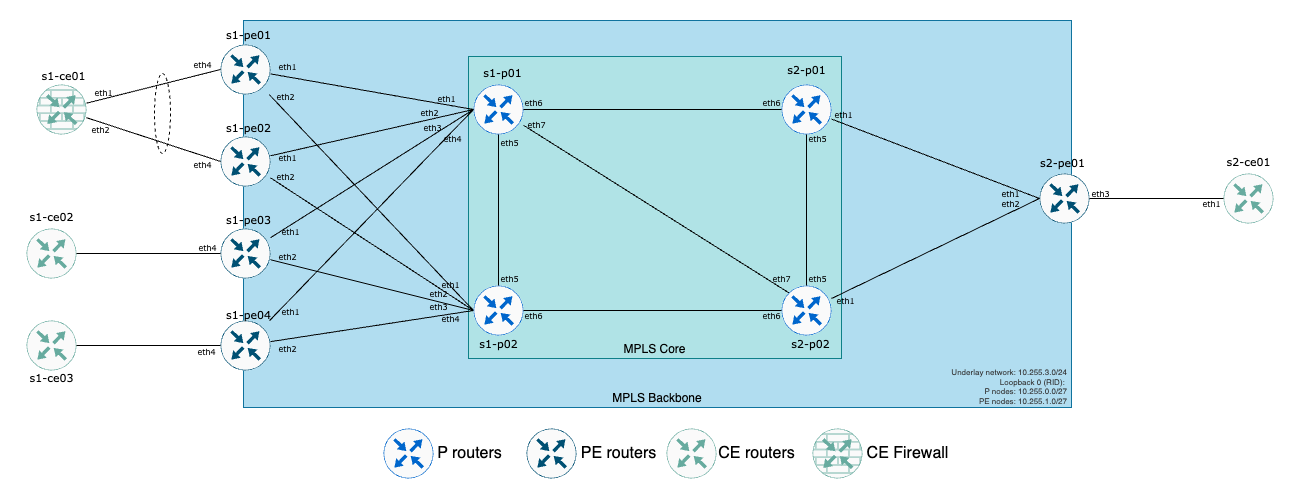
This is lab-topology.drawio.png from titom73/arista-eos-mpls-sr-evpn, a draw.io export, as it was before one commit. Source tidied: cells renumbered, new cells last; positions are measured from the earlier drawing's top-left corner, leaving out a move shared by most shapes.
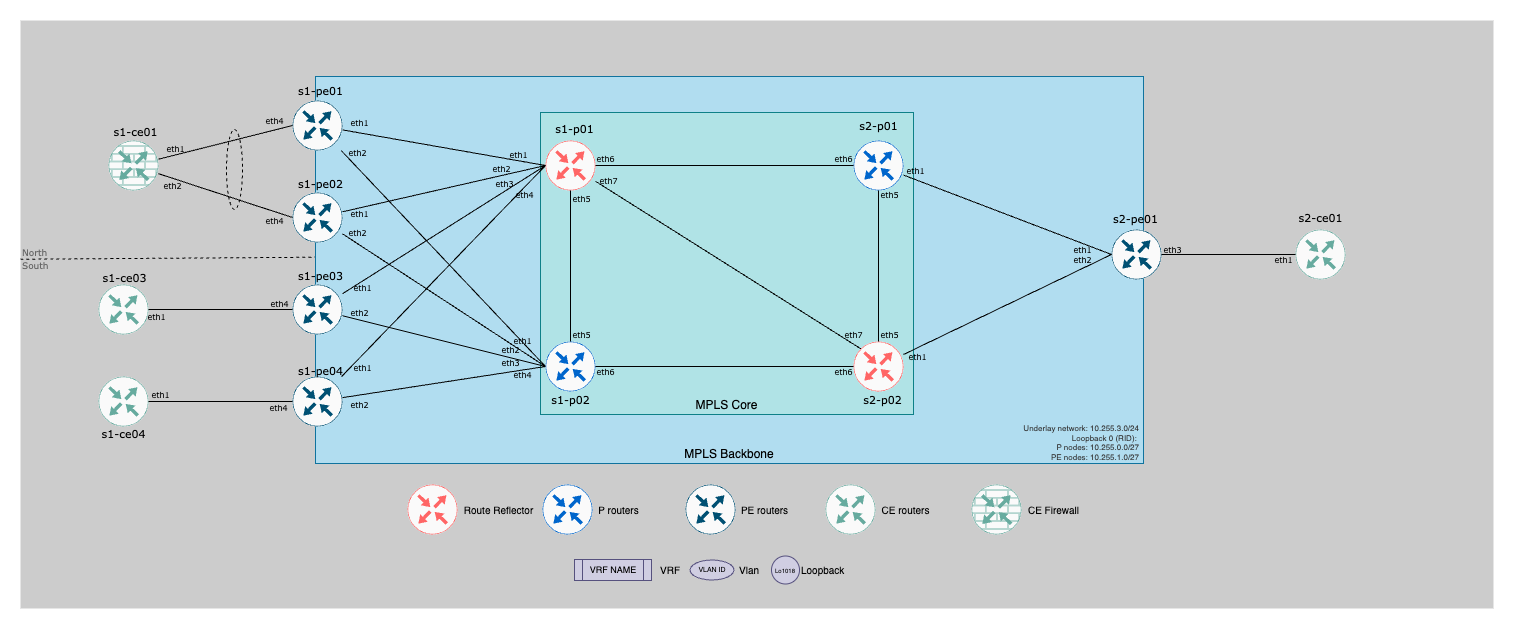
After the commit.

What changed in the source:
```diff
@@ -1,6 +1,19 @@
 <mxGraphModel>
   <root>
     <mxCell id="0" />
+    <mxCell id="101" value="Background Image" parent="0" />
+    <mxCell id="102" style="rounded=0;whiteSpace=wrap;html=1;fillColor=#CCCCCC;fontColor=#333333;strokeColor=#E6E6E6;" parent="101" vertex="1">
+      <mxGeometry x="-72" y="-56" width="1473" height="588" as="geometry" />
+    </mxCell>
+    <mxCell id="103" style="endArrow=none;dashed=1;html=1;rounded=0;fontSize=12;startSize=8;endSize=8;curved=1;entryX=0;entryY=0.467;entryDx=0;entryDy=0;entryPerimeter=0;exitX=0;exitY=0.406;exitDx=0;exitDy=0;exitPerimeter=0;" parent="101" edge="1" source="102" target="2">
+      <mxGeometry relative="1" as="geometry" />
+    </mxCell>
+    <mxCell id="104" value="s1-ce03" style="text;html=1;align=center;verticalAlign=middle;strokeColor=none;fillColor=none;fontSize=11;fontFamily=Verdana;" parent="101" vertex="1">
+      <mxGeometry x="1" y="188" width="62" height="25" as="geometry" />
+    </mxCell>
+    <mxCell id="105" value="South" style="text;html=1;align=left;verticalAlign=middle;strokeColor=none;fillColor=none;fontSize=9;fontFamily=Verdana;fontColor=#666666;" parent="101" vertex="1">
+      <mxGeometry x="-72" y="178" width="45" height="23" as="geometry" />
+    </mxCell>
     <mxCell id="1" parent="0" />
     <mxCell id="2" value="MPLS Backbone" style="rounded=0;whiteSpace=wrap;html=1;fillColor=#b1ddf0;strokeColor=#10739e;verticalAlign=bottom;" parent="1" vertex="1">
       <mxGeometry x="223" width="828" height="387" as="geometry" />
@@ -8,30 +21,48 @@
     <mxCell id="3" value="MPLS Core" style="rounded=0;whiteSpace=wrap;html=1;fillColor=#b0e3e6;strokeColor=#0e8088;verticalAlign=bottom;" parent="1" vertex="1">
       <mxGeometry x="448" y="36" width="373" height="302" as="geometry" />
     </mxCell>
-    <mxCell id="4" style="sketch=0;verticalLabelPosition=bottom;html=1;verticalAlign=top;align=center;shape=mxgraph.cisco19.rect;prIcon=router;fillColor=#FAFAFA;strokeColor=#0066CC;" parent="1" vertex="1">
-      <mxGeometry x="363" y="408" width="50" height="50" as="geometry" />
+    <mxCell id="4" style="sketch=0;verticalLabelPosition=bottom;html=1;verticalAlign=top;align=center;shape=mxgraph.cisco19.rect;prIcon=router;fillColor=#FAFAFA;strokeColor=#0066CC;fontSize=8;" parent="1" vertex="1">
+      <mxGeometry x="450" y="408" width="50" height="50" as="geometry" />
     </mxCell>
-    <mxCell id="5" value="P routers" style="text;html=1;align=center;verticalAlign=middle;strokeColor=none;fillColor=none;fontSize=16;" parent="1" vertex="1">
-      <mxGeometry x="407" y="417.5" width="83" height="31" as="geometry" />
+    <mxCell id="5" value="P routers" style="text;html=1;align=center;verticalAlign=middle;strokeColor=none;fillColor=none;fontSize=10;" parent="1" vertex="1">
+      <mxGeometry x="497" y="421" width="58" height="24" as="geometry" />
     </mxCell>
-    <mxCell id="6" style="sketch=0;verticalLabelPosition=bottom;html=1;verticalAlign=top;align=center;shape=mxgraph.cisco19.rect;prIcon=router;fillColor=#FAFAFA;strokeColor=#005073;" parent="1" vertex="1">
-      <mxGeometry x="506" y="408" width="50" height="50" as="geometry" />
+    <mxCell id="6" style="sketch=0;verticalLabelPosition=bottom;html=1;verticalAlign=top;align=center;shape=mxgraph.cisco19.rect;prIcon=router;fillColor=#FAFAFA;strokeColor=#005073;fontSize=8;" parent="1" vertex="1">
+      <mxGeometry x="593" y="408" width="50" height="50" as="geometry" />
     </mxCell>
-    <mxCell id="7" value="PE routers" style="text;html=1;align=center;verticalAlign=middle;strokeColor=none;fillColor=none;fontSize=16;" parent="1" vertex="1">
-      <mxGeometry x="550.5" y="417.5" width="94" height="31" as="geometry" />
+    <mxCell id="7" value="PE routers" style="text;html=1;align=center;verticalAlign=middle;strokeColor=none;fillColor=none;fontSize=10;" parent="1" vertex="1">
+      <mxGeometry x="639.5" y="421" width="65" height="24" as="geometry" />
     </mxCell>
-    <mxCell id="8" style="sketch=0;verticalLabelPosition=bottom;html=1;verticalAlign=top;align=center;shape=mxgraph.cisco19.rect;prIcon=router;fillColor=#FAFAFA;strokeColor=#67AB9F;" parent="1" vertex="1">
-      <mxGeometry x="646" y="408" width="50" height="50" as="geometry" />
+    <mxCell id="8" style="sketch=0;verticalLabelPosition=bottom;html=1;verticalAlign=top;align=center;shape=mxgraph.cisco19.rect;prIcon=router;fillColor=#FAFAFA;strokeColor=#67AB9F;fontSize=8;" parent="1" vertex="1">
+      <mxGeometry x="733" y="408" width="50" height="50" as="geometry" />
     </mxCell>
-    <mxCell id="9" value="CE routers" style="text;html=1;align=center;verticalAlign=middle;strokeColor=none;fillColor=none;fontSize=16;" parent="1" vertex="1">
-      <mxGeometry x="689" y="417.5" width="94" height="31" as="geometry" />
+    <mxCell id="9" value="CE routers" style="text;html=1;align=center;verticalAlign=middle;strokeColor=none;fillColor=none;fontSize=10;" parent="1" vertex="1">
+      <mxGeometry x="780" y="421" width="66" height="24" as="geometry" />
     </mxCell>
-    <mxCell id="10" style="sketch=0;verticalLabelPosition=bottom;html=1;verticalAlign=top;align=center;shape=mxgraph.cisco19.rect;prIcon=router_with_firewall;fillColor=#FAFAFA;strokeColor=#67AB9F;" parent="1" vertex="1">
-      <mxGeometry x="792" y="408" width="50" height="50" as="geometry" />
+    <mxCell id="10" style="sketch=0;verticalLabelPosition=bottom;html=1;verticalAlign=top;align=center;shape=mxgraph.cisco19.rect;prIcon=router_with_firewall;fillColor=#FAFAFA;strokeColor=#67AB9F;fontSize=8;" parent="1" vertex="1">
+      <mxGeometry x="879" y="408" width="50" height="50" as="geometry" />
     </mxCell>
-    <mxCell id="11" value="CE Firewall" style="text;html=1;align=center;verticalAlign=middle;strokeColor=none;fillColor=none;fontSize=16;" parent="1" vertex="1">
-      <mxGeometry x="837" y="417.5" width="100" height="31" as="geometry" />
+    <mxCell id="11" value="CE Firewall" style="text;html=1;align=center;verticalAlign=middle;strokeColor=none;fillColor=none;fontSize=10;" parent="1" vertex="1">
+      <mxGeometry x="926" y="421" width="69" height="24" as="geometry" />
     </mxCell>
+    <mxCell id="106" value="VRF NAME" style="shape=process;whiteSpace=wrap;html=1;backgroundOutline=1;fillColor=#d0cee2;strokeColor=#56517e;fontSize=9;" parent="1" vertex="1">
+      <mxGeometry x="482" y="483" width="77" height="21" as="geometry" />
+    </mxCell>
+    <mxCell id="107" value="VRF" style="text;html=1;align=left;verticalAlign=middle;strokeColor=none;fillColor=none;fontSize=10;" parent="1" vertex="1">
+      <mxGeometry x="566" y="481.5" width="38" height="24" as="geometry" />
+    </mxCell>
+    <mxCell id="108" value="VLAN ID" style="ellipse;whiteSpace=wrap;html=1;fontSize=7;fillColor=#d0cee2;strokeColor=#56517e;" parent="1" vertex="1">
+      <mxGeometry x="597.5" y="483.5" width="44" height="20" as="geometry" />
+    </mxCell>
+    <mxCell id="109" value="Vlan" style="text;html=1;align=left;verticalAlign=middle;strokeColor=none;fillColor=none;fontSize=10;" parent="1" vertex="1">
+      <mxGeometry x="645" y="481.5" width="38" height="24" as="geometry" />
+    </mxCell>
+    <mxCell id="110" value="Lo1018" style="ellipse;whiteSpace=wrap;html=1;fillColor=#d0cee2;strokeColor=#56517e;fontSize=6;" parent="1" vertex="1">
+      <mxGeometry x="679" y="479.5" width="28" height="28" as="geometry" />
+    </mxCell>
+    <mxCell id="111" value="Loopback" style="text;html=1;align=left;verticalAlign=middle;strokeColor=none;fillColor=none;fontSize=10;" parent="1" vertex="1">
+      <mxGeometry x="707" y="481.5" width="61" height="24" as="geometry" />
+    </mxCell>
     <mxCell id="12" value="Topology" parent="0" />
     <mxCell id="13" style="sketch=0;points=[[0.5,0,0],[1,0.5,0],[0.5,1,0],[0,0.5,0],[0.145,0.145,0],[0.8555,0.145,0],[0.855,0.8555,0],[0.145,0.855,0]];verticalLabelPosition=bottom;html=1;verticalAlign=top;align=center;shape=mxgraph.cisco19.rect;prIcon=router;fillColor=#FAFAFA;strokeColor=#005073;" parent="12" vertex="1">
       <mxGeometry x="200" y="24" width="50" height="50" as="geometry" />
@@ -45,7 +76,7 @@
     <mxCell id="16" style="sketch=0;points=[[0.5,0,0],[1,0.5,0],[0.5,1,0],[0,0.5,0],[0.145,0.145,0],[0.8555,0.145,0],[0.855,0.8555,0],[0.145,0.855,0]];verticalLabelPosition=bottom;html=1;verticalAlign=top;align=center;shape=mxgraph.cisco19.rect;prIcon=router;fillColor=#FAFAFA;strokeColor=#005073;" parent="12" vertex="1">
       <mxGeometry x="200" y="300" width="50" height="50" as="geometry" />
     </mxCell>
-    <mxCell id="17" style="sketch=0;points=[[0.5,0,0],[1,0.5,0],[0.5,1,0],[0,0.5,0],[0.145,0.145,0],[0.8555,0.145,0],[0.855,0.8555,0],[0.145,0.855,0]];verticalLabelPosition=bottom;html=1;verticalAlign=top;align=center;shape=mxgraph.cisco19.rect;prIcon=router;fillColor=#FAFAFA;strokeColor=#0066CC;" parent="12" vertex="1">
+    <mxCell id="17" style="sketch=0;points=[[0.5,0,0],[1,0.5,0],[0.5,1,0],[0,0.5,0],[0.145,0.145,0],[0.8555,0.145,0],[0.855,0.8555,0],[0.145,0.855,0]];verticalLabelPosition=bottom;html=1;verticalAlign=top;align=center;shape=mxgraph.cisco19.rect;prIcon=router;fillColor=#FAFAFA;strokeColor=#FF6666;" parent="12" vertex="1">
       <mxGeometry x="453" y="64" width="50" height="50" as="geometry" />
     </mxCell>
     <mxCell id="18" style="sketch=0;points=[[0.5,0,0],[1,0.5,0],[0.5,1,0],[0,0.5,0],[0.145,0.145,0],[0.8555,0.145,0],[0.855,0.8555,0],[0.145,0.855,0]];verticalLabelPosition=bottom;html=1;verticalAlign=top;align=center;shape=mxgraph.cisco19.rect;prIcon=router;fillColor=#FAFAFA;strokeColor=#0066CC;" parent="12" vertex="1">
@@ -54,7 +85,7 @@
     <mxCell id="19" style="sketch=0;points=[[0.5,0,0],[1,0.5,0],[0.5,1,0],[0,0.5,0],[0.145,0.145,0],[0.8555,0.145,0],[0.855,0.8555,0],[0.145,0.855,0]];verticalLabelPosition=bottom;html=1;verticalAlign=top;align=center;shape=mxgraph.cisco19.rect;prIcon=router;fillColor=#FAFAFA;strokeColor=#0066CC;" parent="12" vertex="1">
       <mxGeometry x="761" y="64" width="50" height="50" as="geometry" />
     </mxCell>
-    <mxCell id="20" style="sketch=0;points=[[0.5,0,0],[1,0.5,0],[0.5,1,0],[0,0.5,0],[0.145,0.145,0],[0.8555,0.145,0],[0.855,0.8555,0],[0.145,0.855,0]];verticalLabelPosition=bottom;html=1;verticalAlign=top;align=center;shape=mxgraph.cisco19.rect;prIcon=router;fillColor=#FAFAFA;strokeColor=#0066CC;" parent="12" vertex="1">
+    <mxCell id="20" style="sketch=0;points=[[0.5,0,0],[1,0.5,0],[0.5,1,0],[0,0.5,0],[0.145,0.145,0],[0.8555,0.145,0],[0.855,0.8555,0],[0.145,0.855,0]];verticalLabelPosition=bottom;html=1;verticalAlign=top;align=center;shape=mxgraph.cisco19.rect;prIcon=router;fillColor=#FAFAFA;strokeColor=#FF6666;" parent="12" vertex="1">
       <mxGeometry x="761" y="265" width="50" height="50" as="geometry" />
     </mxCell>
     <mxCell id="21" style="sketch=0;points=[[0.5,0,0],[1,0.5,0],[0.5,1,0],[0,0.5,0],[0.145,0.145,0],[0.8555,0.145,0],[0.855,0.8555,0],[0.145,0.855,0]];verticalLabelPosition=bottom;html=1;verticalAlign=top;align=center;shape=mxgraph.cisco19.rect;prIcon=router;fillColor=#FAFAFA;strokeColor=#005073;" parent="12" vertex="1">
@@ -129,7 +160,7 @@
     <mxCell id="44" style="sketch=0;points=[[0.5,0,0],[1,0.5,0],[0.5,1,0],[0,0.5,0],[0.145,0.145,0],[0.8555,0.145,0],[0.855,0.8555,0],[0.145,0.855,0]];verticalLabelPosition=bottom;html=1;verticalAlign=top;align=center;shape=mxgraph.cisco19.rect;prIcon=router;fillColor=#FAFAFA;strokeColor=#67AB9F;" parent="12" vertex="1">
       <mxGeometry x="6" y="208" width="50" height="50" as="geometry" />
     </mxCell>
-    <mxCell id="45" style="sketch=0;points=[[0.5,0,0],[1,0.5,0],[0.5,1,0],[0,0.5,0],[0.145,0.145,0],[0.8555,0.145,0],[0.855,0.8555,0],[0.145,0.855,0]];verticalLabelPosition=bottom;html=1;verticalAlign=top;align=center;shape=mxgraph.cisco19.rect;prIcon=router;fillColor=#FAFAFA;strokeColor=#67AB9F;" parent="12" vertex="1">
+    <mxCell id="45" style="sketch=0;points=[[0.5,0,0],[1,0.5,0],[0.5,1,0],[0,0.5,0],[0.145,0.145,0],[0.8555,0.145,0],[0.855,0.8555,0],[0.145,0.855,0]];verticalLabelPosition=bottom;html=1;verticalAlign=top;align=center;shape=mxgraph.cisco19.rect;prIcon=router;fillColor=#FAFAFA;strokeColor=#67AB9F;dashed=1;dashPattern=8 8;" parent="12" vertex="1">
       <mxGeometry x="6" y="300" width="50" height="50" as="geometry" />
     </mxCell>
     <mxCell id="46" style="edgeStyle=none;curved=1;rounded=0;jettySize=auto;html=1;entryX=0;entryY=0.5;entryDx=0;entryDy=0;entryPerimeter=0;fontSize=12;startSize=8;endSize=8;endArrow=none;endFill=0;exitX=1;exitY=0.5;exitDx=0;exitDy=0;exitPerimeter=0;" parent="12" edge="1" source="44" target="15">
@@ -138,6 +169,12 @@
     <mxCell id="47" style="edgeStyle=none;curved=1;rounded=0;jettySize=auto;html=1;entryX=0;entryY=0.5;entryDx=0;entryDy=0;entryPerimeter=0;fontSize=12;startSize=8;endSize=8;endArrow=none;endFill=0;exitX=1;exitY=0.5;exitDx=0;exitDy=0;exitPerimeter=0;" parent="12" edge="1" source="45" target="16">
       <mxGeometry relative="1" as="geometry" />
     </mxCell>
+    <mxCell id="112" style="sketch=0;verticalLabelPosition=bottom;html=1;verticalAlign=top;align=center;shape=mxgraph.cisco19.rect;prIcon=router;fillColor=#FAFAFA;strokeColor=#FF6666;" parent="12" vertex="1">
+      <mxGeometry x="315" y="408" width="50" height="50" as="geometry" />
+    </mxCell>
+    <mxCell id="113" value="Route Reflector" style="text;html=1;align=center;verticalAlign=middle;strokeColor=none;fillColor=none;fontSize=10;" parent="12" vertex="1">
+      <mxGeometry x="362" y="421" width="87" height="24" as="geometry" />
+    </mxCell>
     <mxCell id="48" value="Hostnames" parent="0" />
     <mxCell id="49" value="s1-p01" style="text;html=1;align=center;verticalAlign=middle;strokeColor=none;fillColor=none;fontSize=11;fontFamily=Verdana;" parent="48" vertex="1">
       <mxGeometry x="453" y="39" width="57" height="25" as="geometry" />
@@ -172,10 +209,10 @@
     <mxCell id="59" value="s1-pe01" style="text;html=1;align=center;verticalAlign=middle;strokeColor=none;fillColor=none;fontSize=11;fontFamily=Verdana;" parent="48" vertex="1">
       <mxGeometry x="196" y="1" width="63" height="25" as="geometry" />
     </mxCell>
-    <mxCell id="60" value="s1-ce02" style="text;html=1;align=center;verticalAlign=middle;strokeColor=none;fillColor=none;fontSize=11;fontFamily=Verdana;" parent="48" vertex="1">
-      <mxGeometry y="183" width="62" height="25" as="geometry" />
+    <mxCell id="60" value="North" style="text;html=1;align=left;verticalAlign=middle;strokeColor=none;fillColor=none;fontSize=9;fontFamily=Verdana;fontColor=#666666;" parent="48" vertex="1">
+      <mxGeometry x="-72" y="165" width="43" height="23" as="geometry" />
     </mxCell>
-    <mxCell id="61" value="s1-ce03" style="text;html=1;align=center;verticalAlign=middle;strokeColor=none;fillColor=none;fontSize=11;fontFamily=Verdana;" parent="48" vertex="1">
+    <mxCell id="61" value="s1-ce04" style="text;html=1;align=center;verticalAlign=middle;strokeColor=none;fillColor=none;fontSize=11;fontFamily=Verdana;" parent="48" vertex="1">
       <mxGeometry y="344" width="62" height="25" as="geometry" />
     </mxCell>
     <mxCell id="62" value="Interfaces" parent="0" />
@@ -293,5 +330,11 @@
     <mxCell id="100" value="eth1" style="text;html=1;align=center;verticalAlign=middle;strokeColor=none;fillColor=none;fontSize=8;fontFamily=Verdana;" parent="62" vertex="1">
       <mxGeometry x="1173" y="173" width="36" height="22" as="geometry" />
     </mxCell>
+    <mxCell id="114" value="eth1" style="text;html=1;align=center;verticalAlign=middle;strokeColor=none;fillColor=none;fontSize=8;fontFamily=Verdana;" parent="62" vertex="1">
+      <mxGeometry x="46" y="230" width="36" height="22" as="geometry" />
+    </mxCell>
+    <mxCell id="115" value="eth1" style="text;html=1;align=center;verticalAlign=middle;strokeColor=none;fillColor=none;fontSize=8;fontFamily=Verdana;" parent="62" vertex="1">
+      <mxGeometry x="50" y="308" width="36" height="22" as="geometry" />
+    </mxCell>
   </root>
 </mxGraphModel>
```
